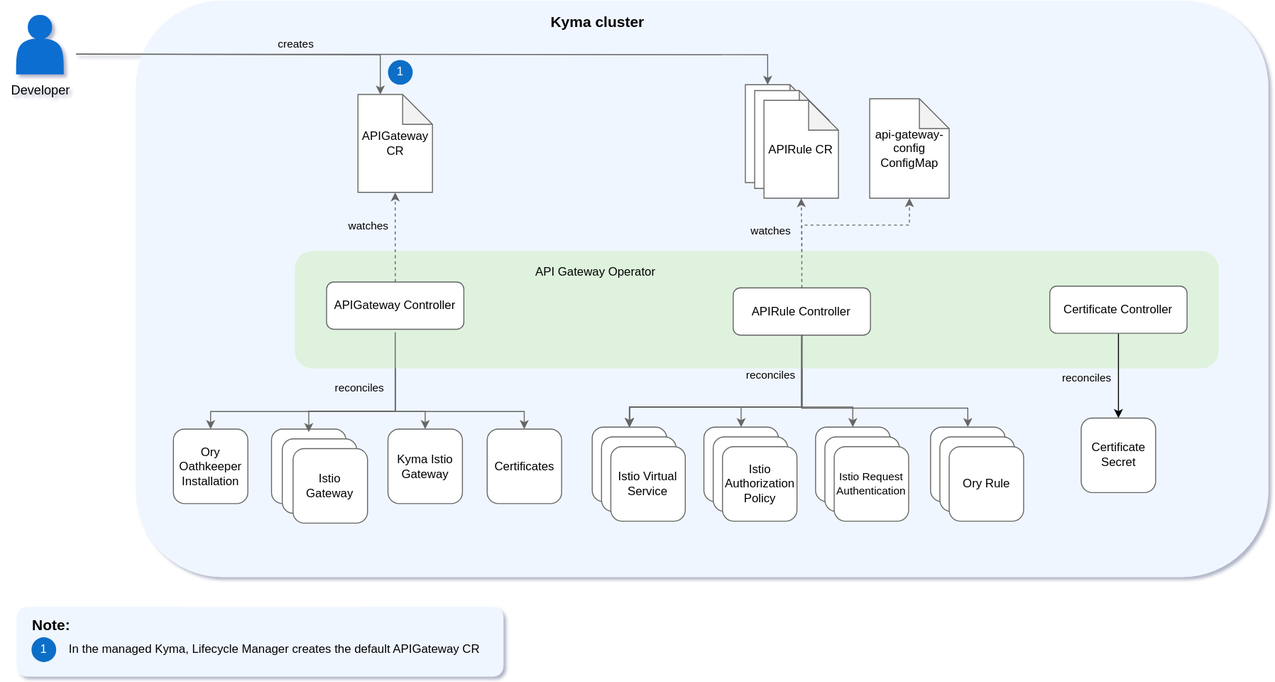
Before: docs/assets/operator-overview.svg, a diagram exported from draw.io (kyma-project/api-gateway). Source tidied: cells renumbered, new cells last; positions are measured from the earlier drawing's top-left corner, leaving out a move shared by most shapes.
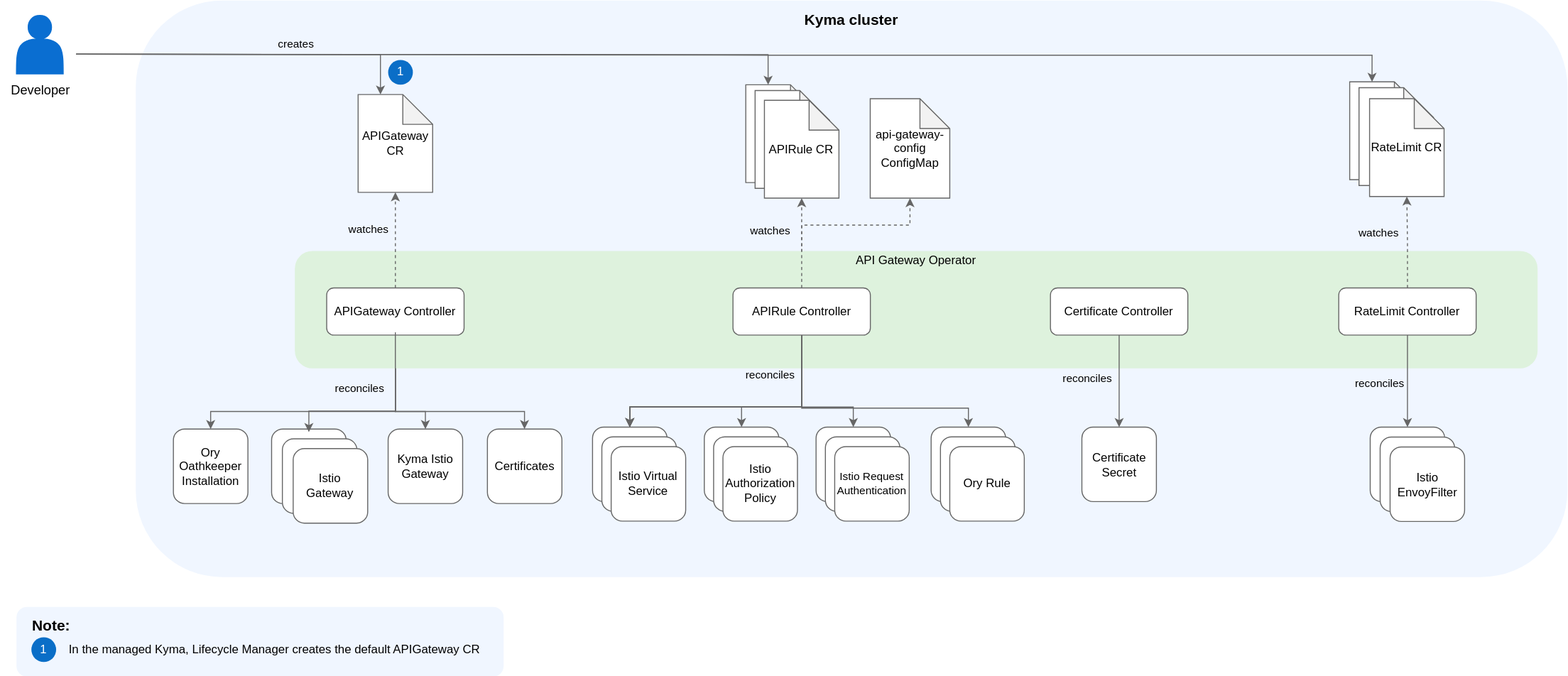
Above is the later version.

Commit message:
Add RateLimiting Controller to Technical design documentation and assets.

The edit, as a diff of the source:
```diff
@@ -3,7 +3,7 @@
     <mxCell id="0" />
     <mxCell id="1" parent="0" />
     <mxCell id="2" style="rounded=1;whiteSpace=wrap;html=1;strokeColor=none;fillColor=#F0F6FF;fillStyle=auto;" parent="1" vertex="1">
-      <mxGeometry x="136" width="1140" height="580" as="geometry" />
+      <mxGeometry x="136" width="1440" height="580" as="geometry" />
     </mxCell>
     <mxCell id="3" style="edgeStyle=orthogonalEdgeStyle;rounded=0;jettySize=auto;html=1;entryX=0;entryY=0;entryDx=22.473684210526322;entryDy=0;entryPerimeter=0;strokeColor=#666666;" parent="1" edge="1" target="14">
       <mxGeometry relative="1" as="geometry">
@@ -27,7 +27,7 @@
       <mxGeometry x="-0.5" y="75" width="80" height="30" as="geometry" />
     </mxCell>
     <mxCell id="8" value="Kyma cluster" style="text;html=1;strokeColor=none;fillColor=none;align=center;verticalAlign=middle;whiteSpace=wrap;rounded=0;fontStyle=1;fontSize=15;" parent="1" vertex="1">
-      <mxGeometry x="146" y="12" width="910" height="17.8" as="geometry" />
+      <mxGeometry x="186" y="10" width="1340" height="17.8" as="geometry" />
     </mxCell>
     <mxCell id="9" value="Gateway" style="whiteSpace=wrap;html=1;fillColor=default;gradientColor=none;rounded=1;strokeColor=#666666;" parent="1" vertex="1">
       <mxGeometry x="272.6" y="431.1" width="74.9" height="74.9" as="geometry" />
@@ -157,7 +157,7 @@
       <mxGeometry x="945.4" y="438.9" width="74.9" height="74.9" as="geometry" />
     </mxCell>
     <mxCell id="40" style="rounded=1;whiteSpace=wrap;html=1;gradientColor=none;fillColor=#DEF2DD;strokeColor=none;" parent="1" vertex="1">
-      <mxGeometry x="296" y="252" width="930" height="118.1" as="geometry" />
+      <mxGeometry x="296" y="252" width="1250" height="118.1" as="geometry" />
     </mxCell>
     <mxCell id="41" value="Ory Rule" style="whiteSpace=wrap;html=1;fillColor=default;gradientColor=none;rounded=1;strokeColor=#666666;" parent="1" vertex="1">
       <mxGeometry x="954.7" y="448.8" width="74.9" height="74.9" as="geometry" />
@@ -171,16 +171,16 @@
       </mxGeometry>
     </mxCell>
     <mxCell id="43" value="API Gateway Operator" style="text;html=1;strokeColor=none;fillColor=none;align=center;verticalAlign=middle;whiteSpace=wrap;rounded=0;spacing=6;fontSize=12;" parent="1" vertex="1">
-      <mxGeometry x="461" y="263.6" width="276.4" height="19.7" as="geometry" />
+      <mxGeometry x="782.8" y="252" width="276.4" height="19.7" as="geometry" />
     </mxCell>
     <mxCell id="44" value="1" style="ellipse;whiteSpace=wrap;html=1;fillStyle=auto;fillColor=#0A6EC7;strokeColor=none;fontColor=#FFFFFF;" parent="1" vertex="1">
       <mxGeometry x="389.8" y="59.8" width="24.9" height="24.9" as="geometry" />
     </mxCell>
     <mxCell id="45" value="APIGateway Controller" style="rounded=0;whiteSpace=wrap;html=1;fontColor=#000000;rounded=1;strokeColor=#666666;" parent="1" vertex="1">
-      <mxGeometry x="328" y="283.2" width="138.2" height="47.5" as="geometry" />
+      <mxGeometry x="328" y="289.1" width="138.2" height="47.5" as="geometry" />
     </mxCell>
     <mxCell id="46" value="APIRule Controller" style="rounded=0;whiteSpace=wrap;html=1;rounded=1;fontColor=#000000;strokeColor=#666666;" parent="1" vertex="1">
-      <mxGeometry x="737.3" y="289.1" width="138.2" height="47.5" as="geometry" />
+      <mxGeometry x="736.7" y="289.1" width="138.2" height="47.5" as="geometry" />
     </mxCell>
     <mxCell id="47" style="group;" parent="1" vertex="1">
       <mxGeometry x="16" y="610" width="491" height="70" as="geometry" />
@@ -225,14 +225,14 @@
         </Array>
       </mxGeometry>
     </mxCell>
-    <mxCell id="56" style="edgeStyle=orthogonalEdgeStyle;rounded=0;jettySize=auto;html=1;exitX=0.5;exitY=1;exitDx=0;exitDy=0;" parent="1" edge="1" source="57" target="58">
+    <mxCell id="56" style="edgeStyle=orthogonalEdgeStyle;rounded=0;jettySize=auto;html=1;exitX=0.5;exitY=1;exitDx=0;exitDy=0;strokeColor=#666666;" parent="1" edge="1" source="57" target="58">
       <mxGeometry x="0.06" y="-39" relative="1" as="geometry" />
     </mxCell>
     <mxCell id="57" value="Certificate Controller" style="rounded=0;whiteSpace=wrap;html=1;rounded=1;fontColor=#000000;strokeColor=#666666;" parent="1" vertex="1">
-      <mxGeometry x="1056" y="287.3" width="138.2" height="47.5" as="geometry" />
+      <mxGeometry x="1056" y="289.1" width="138.2" height="47.5" as="geometry" />
     </mxCell>
     <mxCell id="58" value="Certificate Secret" style="whiteSpace=wrap;html=1;fillColor=default;gradientColor=none;rounded=1;strokeColor=#666666;" parent="1" vertex="1">
-      <mxGeometry x="1087.6" y="420" width="74.9" height="74.9" as="geometry" />
+      <mxGeometry x="1087.6" y="429.1" width="74.9" height="74.9" as="geometry" />
     </mxCell>
     <mxCell id="59" style="edgeStyle=orthogonalEdgeStyle;rounded=0;jettySize=auto;html=1;entryX=0.5;entryY=0;entryDx=0;entryDy=0;strokeColor=#666666;exitX=0.5;exitY=1;exitDx=0;exitDy=0;" parent="1" edge="1" source="46" target="18">
       <mxGeometry relative="1" as="geometry">
@@ -271,5 +271,51 @@
         <mxPoint x="300" y="-7" as="offset" />
       </mxGeometry>
     </mxCell>
+    <mxCell id="64" style="edgeStyle=orthogonalEdgeStyle;rounded=0;jettySize=auto;html=1;strokeColor=#666666;" parent="1" edge="1" source="66" target="67">
+      <mxGeometry relative="1" as="geometry" />
+    </mxCell>
+    <mxCell id="65" value="reconciles" style="edgeLabel;html=1;align=center;verticalAlign=middle;labelBackgroundColor=none;" parent="64" vertex="1">
+      <mxGeometry x="0.04" relative="1" as="geometry">
+        <mxPoint x="-29" as="offset" />
+      </mxGeometry>
+    </mxCell>
+    <mxCell id="66" value="RateLimit Controller" style="rounded=0;whiteSpace=wrap;html=1;rounded=1;fontColor=#000000;strokeColor=#666666;" parent="1" vertex="1">
+      <mxGeometry x="1346" y="289.1" width="138.2" height="47.5" as="geometry" />
+    </mxCell>
+    <mxCell id="67" style="whiteSpace=wrap;html=1;fillColor=default;gradientColor=none;rounded=1;strokeColor=#666666;" parent="1" vertex="1">
+      <mxGeometry x="1377.6" y="429.1" width="74.9" height="74.9" as="geometry" />
+    </mxCell>
+    <mxCell id="68" style="edgeStyle=orthogonalEdgeStyle;rounded=0;jettySize=auto;html=1;entryX=0;entryY=0;entryDx=22.473684210526322;entryDy=0;entryPerimeter=0;strokeColor=#666666;" parent="1" edge="1" target="71">
+      <mxGeometry relative="1" as="geometry">
+        <mxPoint x="76" y="54" as="sourcePoint" />
+        <Array as="points">
+          <mxPoint x="773" y="55" />
+          <mxPoint x="1249" y="55" />
+        </Array>
+      </mxGeometry>
+    </mxCell>
+    <mxCell id="69" style="edgeStyle=orthogonalEdgeStyle;rounded=0;jettySize=auto;html=1;entryX=0.5;entryY=1;entryDx=0;entryDy=0;entryPerimeter=0;dashed=1;strokeColor=#666666;" parent="1" edge="1" source="66" target="73">
+      <mxGeometry relative="1" as="geometry" />
+    </mxCell>
+    <mxCell id="70" value="watches" style="edgeLabel;html=1;align=center;verticalAlign=middle;labelBackgroundColor=none;" parent="69" vertex="1">
+      <mxGeometry x="0.21" y="-4" relative="1" as="geometry">
+        <mxPoint x="-33" as="offset" />
+      </mxGeometry>
+    </mxCell>
+    <mxCell id="71" style="shape=note;whiteSpace=wrap;html=1;backgroundOutline=1;darkOpacity=0.05;strokeColor=#666666;" parent="1" vertex="1">
+      <mxGeometry x="1357" y="81.8" width="74.9" height="98.4" as="geometry" />
+    </mxCell>
+    <mxCell id="72" style="shape=note;whiteSpace=wrap;html=1;backgroundOutline=1;darkOpacity=0.05;strokeColor=#666666;" parent="1" vertex="1">
+      <mxGeometry x="1366.4" y="87.7" width="74.9" height="98.4" as="geometry" />
+    </mxCell>
+    <mxCell id="73" value="RateLimit CR" style="shape=note;whiteSpace=wrap;html=1;backgroundOutline=1;darkOpacity=0.05;strokeColor=#666666;" parent="1" vertex="1">
+      <mxGeometry x="1377" y="98.8" width="74.9" height="98.4" as="geometry" />
+    </mxCell>
+    <mxCell id="74" style="whiteSpace=wrap;html=1;fillColor=default;gradientColor=none;rounded=1;strokeColor=#666666;" parent="1" vertex="1">
+      <mxGeometry x="1387.6" y="439.1" width="74.9" height="74.9" as="geometry" />
+    </mxCell>
+    <mxCell id="75" value="Istio EnvoyFilter" style="whiteSpace=wrap;html=1;fillColor=default;gradientColor=none;rounded=1;strokeColor=#666666;" parent="1" vertex="1">
+      <mxGeometry x="1397.6" y="449.1" width="74.9" height="74.9" as="geometry" />
+    </mxCell>
   </root>
 </mxGraphModel>
```
